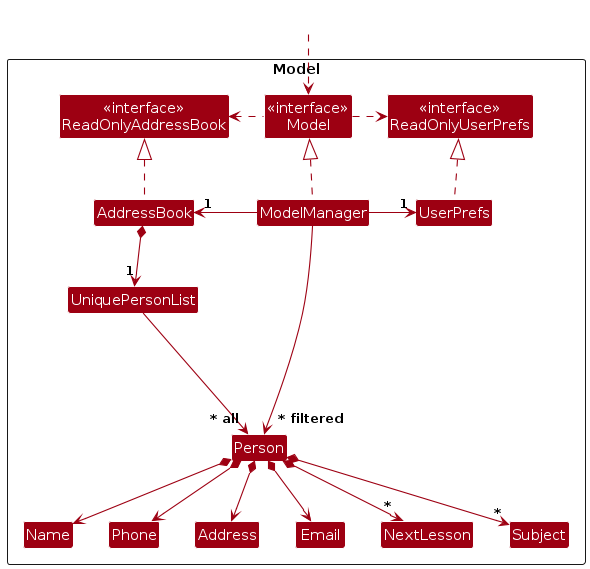
This is diagrams/ModelClassDiagram.png from AY2425S2-CS2103T-T16-4/tp, a PlantUML export, as it was before one commit. Its source is kept beside it as diagrams/ModelClassDiagram.puml.
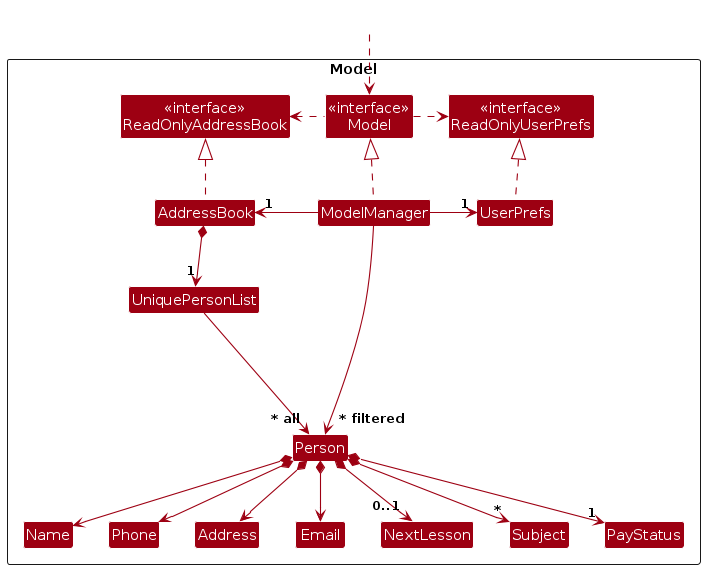
After the commit.

What changed in the source:
```diff
@@ -20,6 +20,7 @@
 Class Phone
 Class NextLesson
 Class Subject
+Class PayStatus
 
 Class I #FFFFFF
 }
@@ -42,8 +43,9 @@
 Person *--> Phone
 Person *--> Email
 Person *--> Address
+Person *--> "1" PayStatus
 Person *--> "*" Subject
-Person *--> "*" NextLesson
+Person *--> "0..1" NextLesson
 
 Person -[hidden]up--> I
 UniquePersonList -[hidden]right-> I
```
